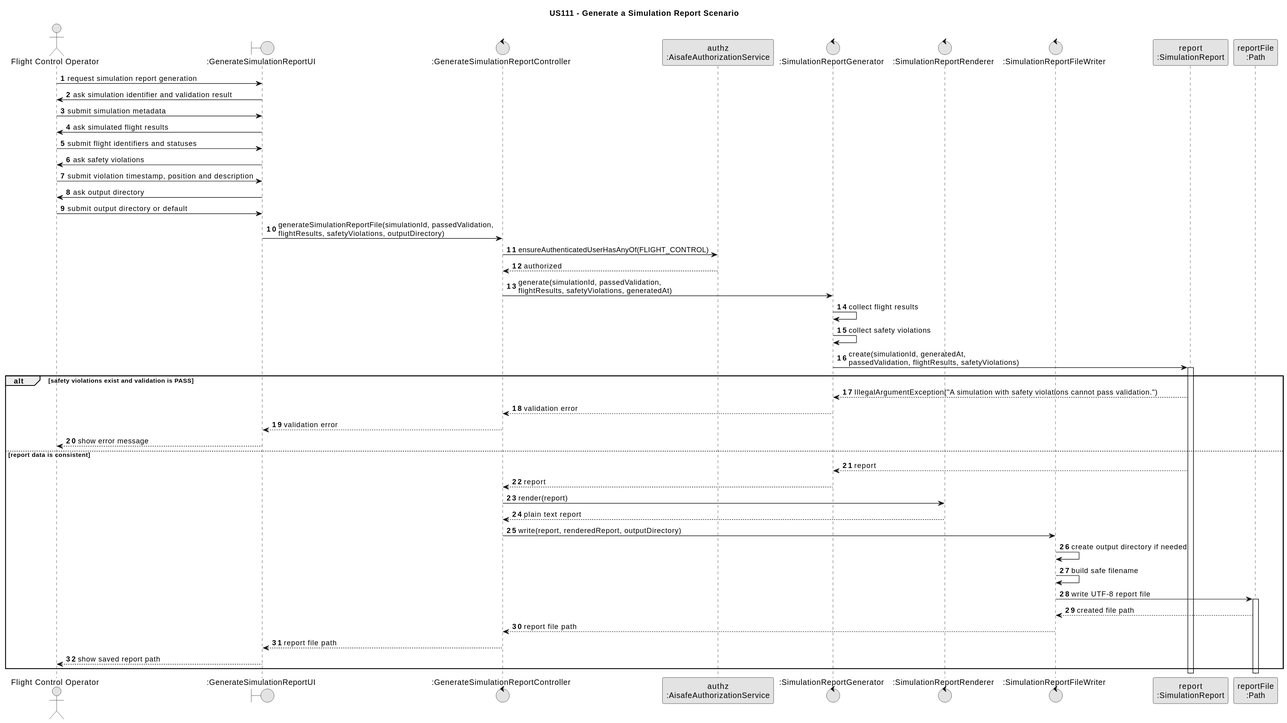
The PlantUML diagram docs/us_111/svg/sequence-diagram-111.svg in GustavoFerreira24/flight-management-platform, before a commit.
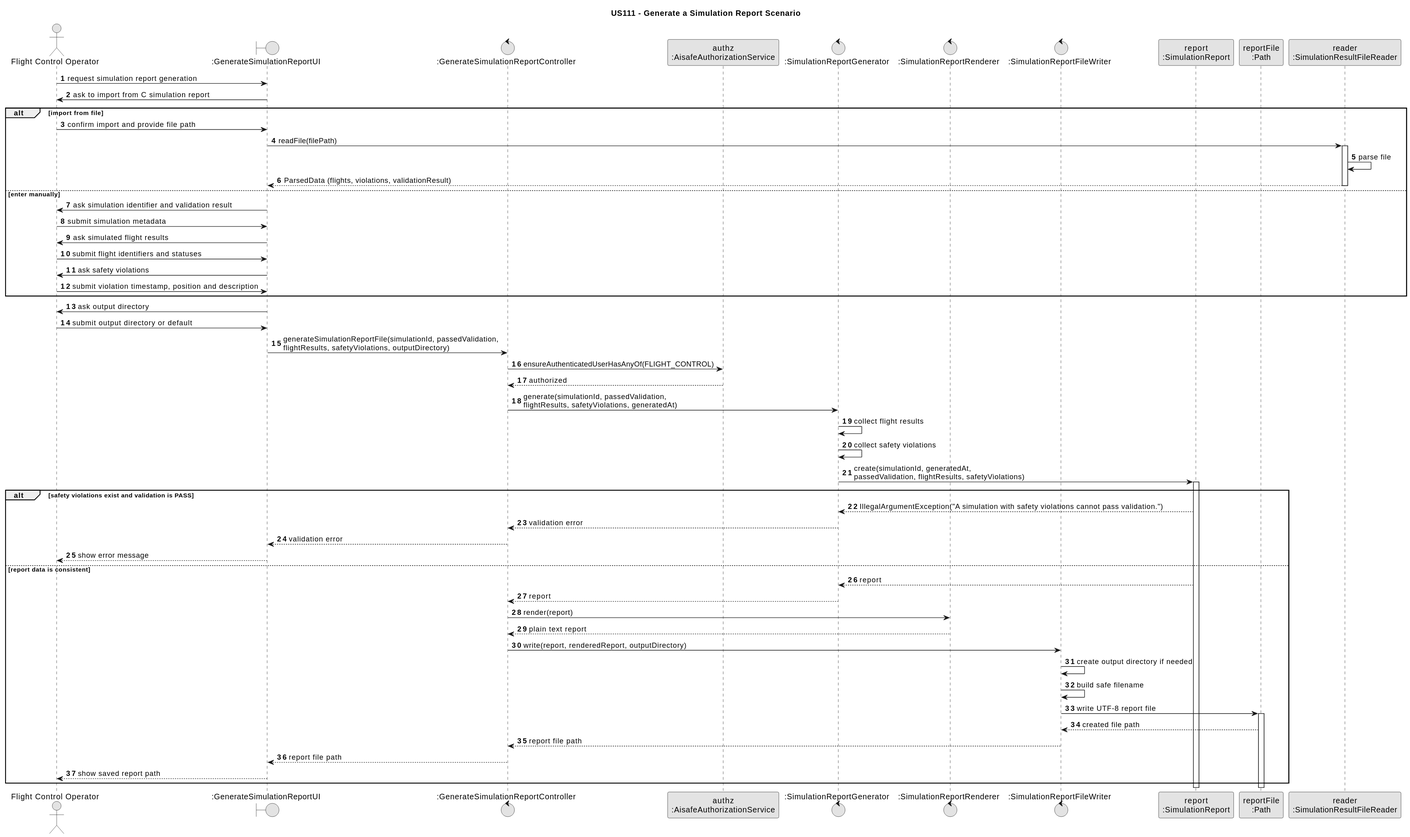
Later version of the same file.

Commit message:
US111(DOCS): Add sequence diagram for `Generate a Simulation Report Scenario`. Include SVG under `docs/us_111/svg`. [#212]

Change to the diagram source:
```diff
@@ -17,13 +17,24 @@
 participant "report\n:SimulationReport" as Report
 participant "reportFile\n:Path" as ReportFile
 
+participant "reader\n:SimulationResultFileReader" as Reader
+
 FCO -> UI : request simulation report generation
-UI -> FCO : ask simulation identifier and validation result
-FCO -> UI : submit simulation metadata
-UI -> FCO : ask simulated flight results
-FCO -> UI : submit flight identifiers and statuses
-UI -> FCO : ask safety violations
-FCO -> UI : submit violation timestamp, position and description
+UI -> FCO : ask to import from C simulation report
+alt import from file
+    FCO -> UI : confirm import and provide file path
+    UI -> Reader ++ : readFile(filePath)
+    Reader -> Reader : parse file
+    Reader --> UI -- : ParsedData (flights, violations, validationResult)
+else enter manually
+    UI -> FCO : ask simulation identifier and validation result
+    FCO -> UI : submit simulation metadata
+    UI -> FCO : ask simulated flight results
+    FCO -> UI : submit flight identifiers and statuses
+    UI -> FCO : ask safety violations
+    FCO -> UI : submit violation timestamp, position and description
+end
+
 UI -> FCO : ask output directory
 FCO -> UI : submit output directory or default
 
```
